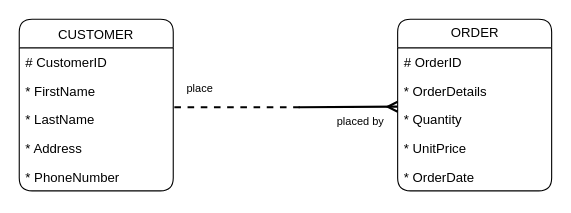
iamdaniaph/ERD keeps this draw.io diagram as Customer-Order.drawio. Above is the earlier version. Source tidied: cells renumbered, new cells numbered last; positions are measured from the earlier drawing's top-left corner, leaving out a move shared by most shapes. Both pictures are drawn from the tidied source at 110%, with x=0, y=0 at pixel (19, 19).
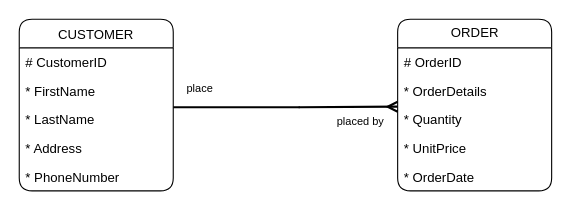
The same page after the edit.

Change to the diagram source:
```diff
@@
 <mxGraphModel>
   <root>
     <mxCell id="0" />
     <mxCell id="1" parent="0" />
     <mxCell id="2" value="CUSTOMER" style="swimlane;fontStyle=0;horizontal=1;startSize=26;rounded=1;" parent="1" vertex="1">
       <mxGeometry width="140" height="156" as="geometry" />
     </mxCell>
     <mxCell id="3" value="# CustomerID" style="text;strokeColor=none;fillColor=none;align=left;verticalAlign=middle;spacingLeft=4;spacingRight=4;overflow=hidden;" parent="2" vertex="1">
       <mxGeometry y="26" width="140" height="26" as="geometry" />
     </mxCell>
     <mxCell id="4" value="* FirstName" style="text;strokeColor=none;fillColor=none;align=left;verticalAlign=middle;spacingLeft=4;spacingRight=4;overflow=hidden;" parent="2" vertex="1">
       <mxGeometry y="52" width="140" height="26" as="geometry" />
     </mxCell>
     <mxCell id="5" value="* LastName" style="text;strokeColor=none;fillColor=none;align=left;verticalAlign=middle;spacingLeft=4;spacingRight=4;overflow=hidden;" parent="2" vertex="1">
       <mxGeometry y="78" width="140" height="26" as="geometry" />
     </mxCell>
     <mxCell id="6" value="* Address" style="text;strokeColor=none;fillColor=none;align=left;verticalAlign=middle;spacingLeft=4;spacingRight=4;overflow=hidden;" parent="2" vertex="1">
       <mxGeometry y="104" width="140" height="26" as="geometry" />
     </mxCell>
     <mxCell id="7" value="* PhoneNumber" style="text;strokeColor=none;fillColor=none;align=left;verticalAlign=middle;spacingLeft=4;spacingRight=4;overflow=hidden;" parent="2" vertex="1">
       <mxGeometry y="130" width="140" height="26" as="geometry" />
     </mxCell>
     <mxCell id="8" value="ORDER" style="swimlane;fontStyle=0;horizontal=1;startSize=26;rounded=1;verticalAlign=middle;html=1;" parent="1" vertex="1">
       <mxGeometry x="344" width="140" height="156" as="geometry" />
     </mxCell>
     <mxCell id="9" value="# OrderID" style="text;strokeColor=none;fillColor=none;align=left;verticalAlign=top;spacingLeft=4;spacingRight=4;overflow=hidden;" parent="8" vertex="1">
       <mxGeometry y="26" width="140" height="26" as="geometry" />
     </mxCell>
     <mxCell id="10" value="* OrderDetails" style="text;strokeColor=none;fillColor=none;align=left;verticalAlign=top;spacingLeft=4;spacingRight=4;overflow=hidden;" parent="8" vertex="1">
       <mxGeometry y="52" width="140" height="26" as="geometry" />
     </mxCell>
     <mxCell id="11" value="* Quantity" style="text;strokeColor=none;fillColor=none;align=left;verticalAlign=top;spacingLeft=4;spacingRight=4;overflow=hidden;" parent="8" vertex="1">
       <mxGeometry y="78" width="140" height="26" as="geometry" />
     </mxCell>
     <mxCell id="12" value="* UnitPrice" style="text;strokeColor=none;fillColor=none;align=left;verticalAlign=top;spacingLeft=4;spacingRight=4;overflow=hidden;" parent="8" vertex="1">
       <mxGeometry y="104" width="140" height="26" as="geometry" />
     </mxCell>
     <mxCell id="13" value="* OrderDate" style="text;strokeColor=none;fillColor=none;align=left;verticalAlign=top;spacingLeft=4;spacingRight=4;overflow=hidden;" parent="8" vertex="1">
       <mxGeometry y="130" width="140" height="26" as="geometry" />
     </mxCell>
     <mxCell id="14" value="placed by" style="html=1;verticalAlign=bottom;endArrow=ERmany;fontSize=10;sourcePerimeterSpacing=1;targetPerimeterSpacing=3;strokeWidth=2;endFill=0;" parent="1" edge="1">
       <mxGeometry x="0.25" y="-21" relative="1" as="geometry">
         <mxPoint x="254" y="80" as="sourcePoint" />
         <mxPoint x="344" y="79.5" as="targetPoint" />
         <mxPoint y="1" as="offset" />
       </mxGeometry>
     </mxCell>
-    <mxCell id="15" value="place" style="html=1;verticalAlign=bottom;endArrow=none;dashed=1;endSize=8;fontSize=10;sourcePerimeterSpacing=1;targetPerimeterSpacing=3;strokeWidth=2;entryX=0.993;entryY=0.769;entryDx=0;entryDy=0;entryPerimeter=0;endFill=0;startArrow=none;startFill=0;" parent="1" edge="1">
+    <mxCell id="15" value="place" style="html=1;verticalAlign=bottom;endArrow=none;endSize=8;fontSize=10;sourcePerimeterSpacing=1;targetPerimeterSpacing=3;strokeWidth=2;entryX=0.993;entryY=0.769;entryDx=0;entryDy=0;entryPerimeter=0;endFill=0;startArrow=none;startFill=0;" parent="1" edge="1">
       <mxGeometry x="0.58" y="-8" relative="1" as="geometry">
         <mxPoint x="255" y="80" as="sourcePoint" />
         <mxPoint x="140" y="80" as="targetPoint" />
       </mxGeometry>
     </mxCell>
   </root>
 </mxGraphModel>
```
